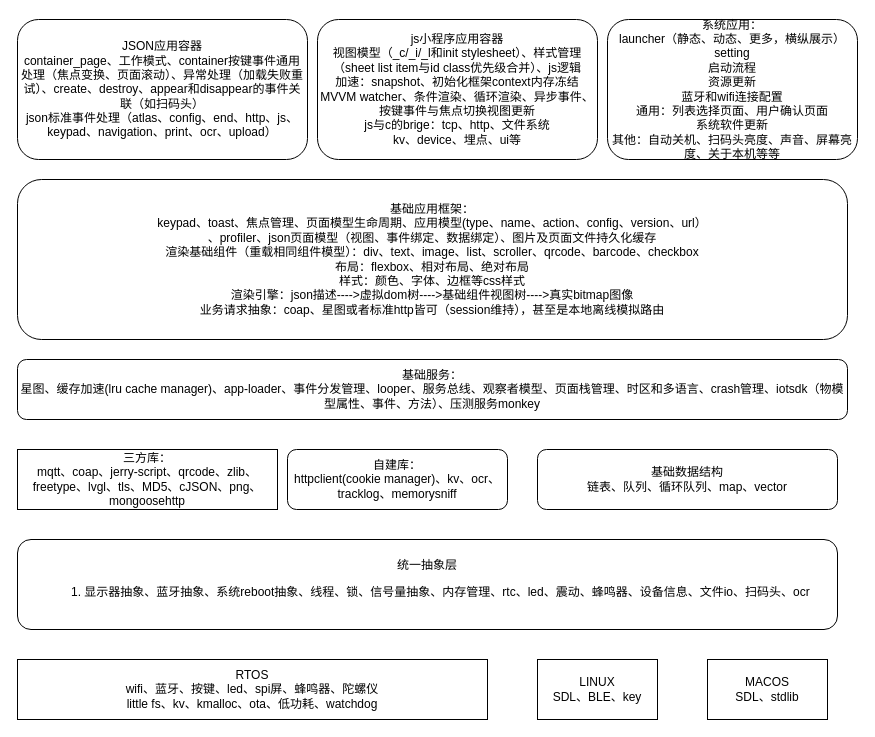
SEU-LYJ/MyDoc keeps this draw.io diagram as 未整理/框架设置.drawio. Above is the earlier version. Source tidied: cells renumbered, new cells numbered last; positions are measured from the earlier drawing's top-left corner, leaving out a move shared by most shapes. Both pictures are drawn from the tidied source at 100%, with x=0, y=0 at pixel (17, 19).
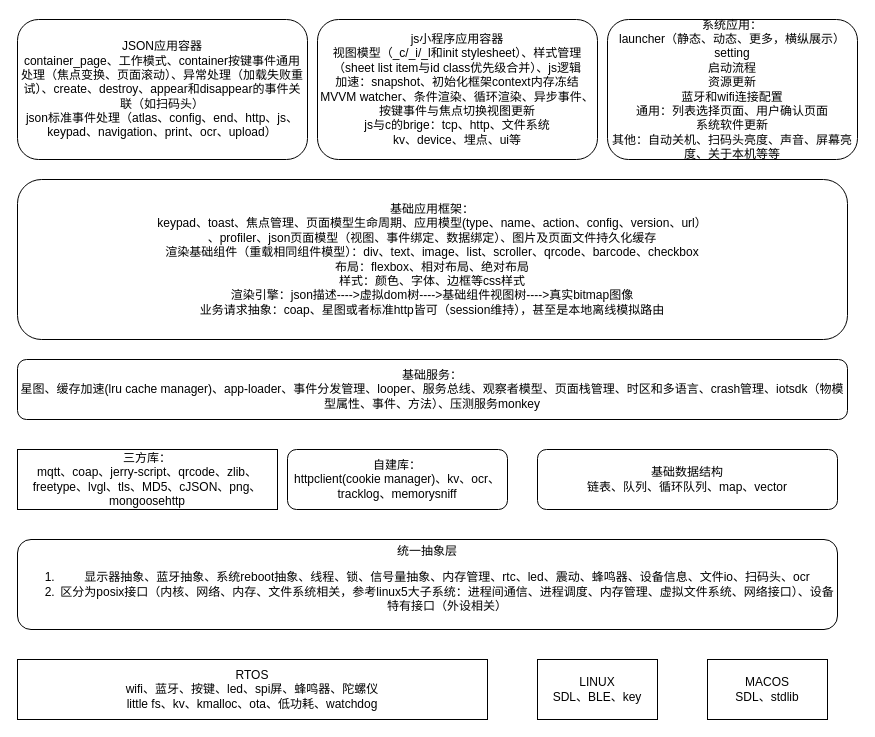
The same page after the edit.

The edit, as a diff of the source:
```diff
@@
 <mxGraphModel>
   <root>
     <mxCell id="0" />
     <mxCell id="1" parent="0" />
-    <mxCell id="2" value="统一抽象层&lt;br&gt;&lt;ol&gt;&lt;li&gt;显示器抽象、蓝牙抽象、系统reboot抽象、线程、锁、信号量抽象、内存管理、rtc、led、震动、蜂鸣器、设备信息、文件io、扫码头、ocr&lt;/li&gt;&lt;/ol&gt;" style="rounded=1;whiteSpace=wrap;html=1;" parent="1" vertex="1">
+    <mxCell id="2" value="统一抽象层&lt;br&gt;&lt;ol&gt;&lt;li&gt;显示器抽象、蓝牙抽象、系统reboot抽象、线程、锁、信号量抽象、内存管理、rtc、led、震动、蜂鸣器、设备信息、文件io、扫码头、ocr&lt;/li&gt;&lt;li&gt;区分为posix接口（内核、网络、内存、文件系统相关，参考linux5大子系统：进程间通信、进程调度、内存管理、虚拟文件系统、网络接口）、设备特有接口（外设相关）&lt;/li&gt;&lt;/ol&gt;" style="rounded=1;whiteSpace=wrap;html=1;" parent="1" vertex="1">
       <mxGeometry y="520" width="820" height="90" as="geometry" />
     </mxCell>
     <mxCell id="3" value="RTOS&lt;br&gt;wifi、蓝牙、按键、led、spi屏、蜂鸣器、陀螺仪&lt;br&gt;little fs、kv、kmalloc、ota、低功耗、watchdog" style="rounded=0;whiteSpace=wrap;html=1;" parent="1" vertex="1">
       <mxGeometry y="640" width="470" height="60" as="geometry" />
     </mxCell>
     <mxCell id="4" value="LINUX&lt;br&gt;SDL、BLE、key" style="rounded=0;whiteSpace=wrap;html=1;" parent="1" vertex="1">
       <mxGeometry x="520" y="640" width="120" height="60" as="geometry" />
     </mxCell>
     <mxCell id="5" value="MACOS&lt;br&gt;SDL、stdlib" style="rounded=0;whiteSpace=wrap;html=1;" parent="1" vertex="1">
       <mxGeometry x="690" y="640" width="120" height="60" as="geometry" />
     </mxCell>
     <mxCell id="6" value="三方库：&lt;br&gt;mqtt、coap、jerry-script、qrcode、zlib、freetype、lvgl、tls、MD5、cJSON、png、mongoosehttp" style="rounded=0;whiteSpace=wrap;html=1;" parent="1" vertex="1">
       <mxGeometry y="430" width="260" height="60" as="geometry" />
     </mxCell>
     <mxCell id="7" value="自建库：&lt;br&gt;httpclient(cookie manager)、kv、ocr、tracklog、memorysniff" style="rounded=1;whiteSpace=wrap;html=1;" parent="1" vertex="1">
       <mxGeometry x="270" y="430" width="220" height="60" as="geometry" />
     </mxCell>
     <mxCell id="8" value="基础服务：&lt;br&gt;星图、缓存加速(lru cache manager)、app-loader、事件分发管理、looper、服务总线、观察者模型、页面栈管理、时区和多语言、crash管理、iotsdk（物模型属性、事件、方法）、压测服务monkey" style="rounded=1;whiteSpace=wrap;html=1;" parent="1" vertex="1">
       <mxGeometry y="340" width="830" height="60" as="geometry" />
     </mxCell>
     <mxCell id="9" value="基础数据结构&lt;br&gt;链表、队列、循环队列、map、vector" style="rounded=1;whiteSpace=wrap;html=1;" parent="1" vertex="1">
       <mxGeometry x="520" y="430" width="300" height="60" as="geometry" />
     </mxCell>
     <mxCell id="10" value="基础应用框架：&lt;br&gt;keypad、toast、焦点管理、页面模型生命周期、应用模型(type、name、action、config、version、url）&lt;br&gt;、profiler、json页面模型（视图、事件绑定、数据绑定）、图片及页面文件持久化缓存&lt;br&gt;渲染基础组件（重载相同组件模型）：div、text、image、list、scroller、qrcode、barcode、checkbox&lt;br&gt;布局：flexbox、相对布局、绝对布局&lt;br&gt;样式：颜色、字体、边框等css样式&lt;br&gt;渲染引擎：json描述----&amp;gt;虚拟dom树----&amp;gt;基础组件视图树----&amp;gt;真实bitmap图像&lt;br&gt;业务请求抽象：coap、星图或者标准http皆可（session维持），甚至是本地离线模拟路由&lt;br&gt;" style="rounded=1;whiteSpace=wrap;html=1;" parent="1" vertex="1">
       <mxGeometry y="160" width="830" height="160" as="geometry" />
     </mxCell>
     <mxCell id="11" value="JSON应用容器&lt;br&gt;container_page、工作模式、container按键事件通用处理（焦点变换、页面滚动）、异常处理（加载失败重试）、create、destroy、appear和disappear的事件关联（如扫码头）&lt;br&gt;json标准事件处理（atlas、config、end、http、js、keypad、navigation、print、ocr、upload）" style="rounded=1;whiteSpace=wrap;html=1;" parent="1" vertex="1">
       <mxGeometry width="290" height="140" as="geometry" />
     </mxCell>
     <mxCell id="12" value="js小程序应用容器&lt;br&gt;视图模型（_c/_i/_l和init stylesheet）、样式管理（sheet list item与id class优先级合并）、js逻辑&lt;br&gt;加速：snapshot、初始化框架context内存冻结&lt;br&gt;MVVM watcher、条件渲染、循环渲染、异步事件、&lt;br&gt;按键事件与焦点切换视图更新&lt;br&gt;js与c的brige：tcp、http、文件系统&lt;br&gt;kv、device、埋点、ui等" style="rounded=1;whiteSpace=wrap;html=1;" parent="1" vertex="1">
       <mxGeometry x="300" width="280" height="140" as="geometry" />
     </mxCell>
     <mxCell id="13" value="系统应用：&lt;br&gt;launcher（静态、动态、更多，横纵展示）&lt;br&gt;setting&lt;br&gt;启动流程&lt;br&gt;资源更新&lt;br&gt;蓝牙和wifi连接配置&lt;br&gt;通用：列表选择页面、用户确认页面&lt;br&gt;系统软件更新&lt;br&gt;其他：自动关机、扫码头亮度、声音、屏幕亮度、关于本机等等&lt;br&gt;" style="rounded=1;whiteSpace=wrap;html=1;" parent="1" vertex="1">
       <mxGeometry x="590" width="250" height="140" as="geometry" />
     </mxCell>
   </root>
 </mxGraphModel>
```
